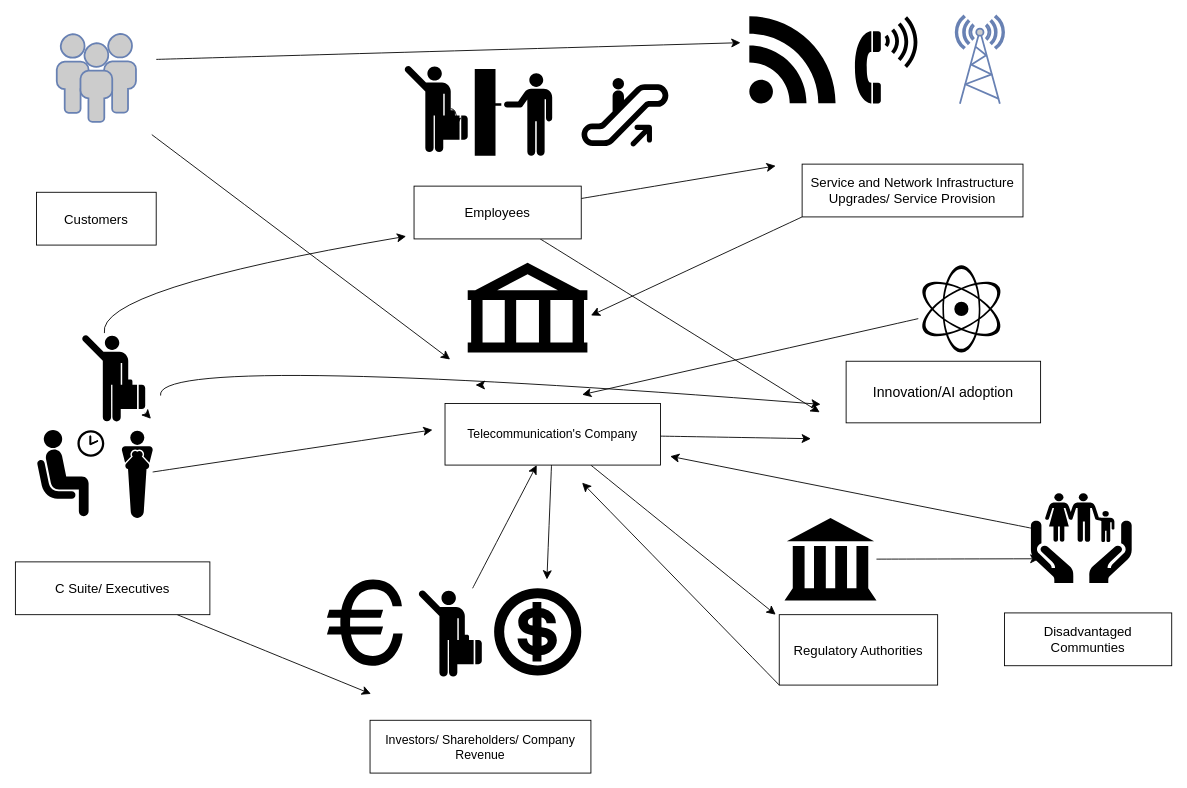
pamelafful/Prescriptive-Analytics keeps this draw.io diagram as SSMRichPicDraw.drawio. Above is the earlier version. Source tidied: cells renumbered, new cells numbered last; positions are measured from the earlier drawing's top-left corner, leaving out a move shared by most shapes. Both pictures are drawn from the tidied source at 88%, with x=0, y=0 at pixel (15, 16).
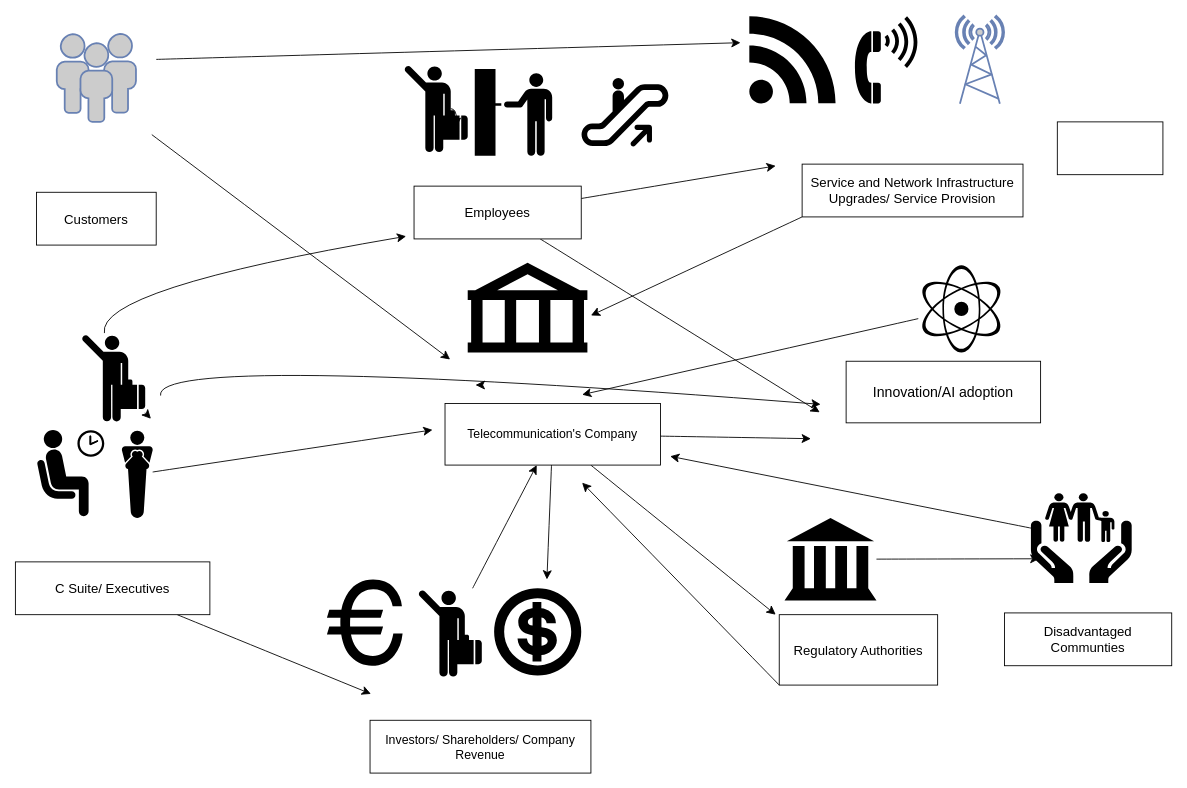
The same page after the edit.

Diff of the diagram source:
```diff
@@
-<mxGraphModel>
+<mxGraphModel background="light-dark(#ffffff, #121212)">
@@
+    <mxCell id="48" style="whiteSpace=wrap;html=1;" parent="1" vertex="1">
+      <mxGeometry x="1184" y="120" width="120" height="60" as="geometry" />
+    </mxCell>
```
